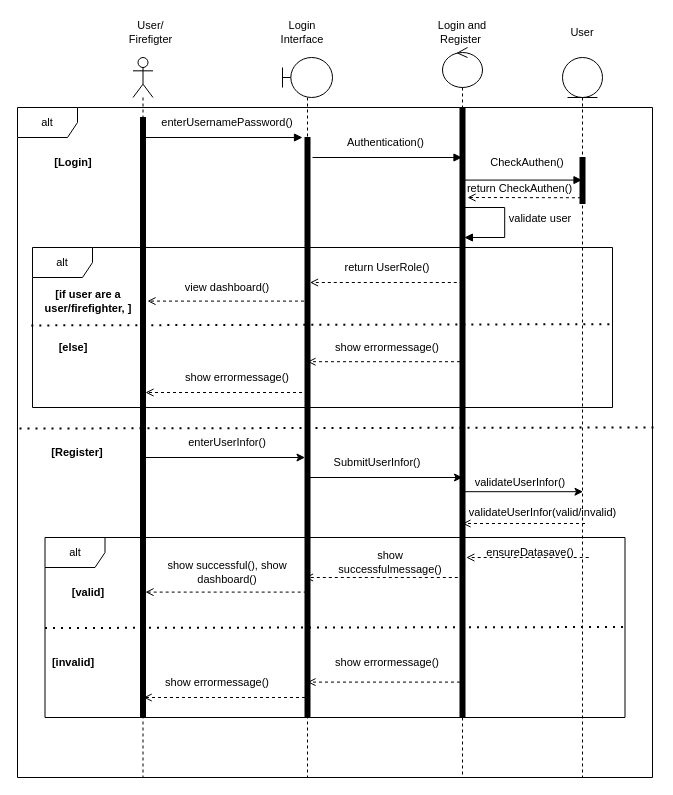
Before: page "login SD" (4 of 11) of doc/PSM.drawio in SNFASA/AI-Fire-Monitoring-System, a draw.io diagram. Source tidied: cells renumbered, new cells numbered last; positions are measured from the earlier drawing's top-left corner, leaving out a move shared by most shapes. Both pictures are drawn from the tidied source at 100%, with x=0, y=0 at pixel (17, 17).
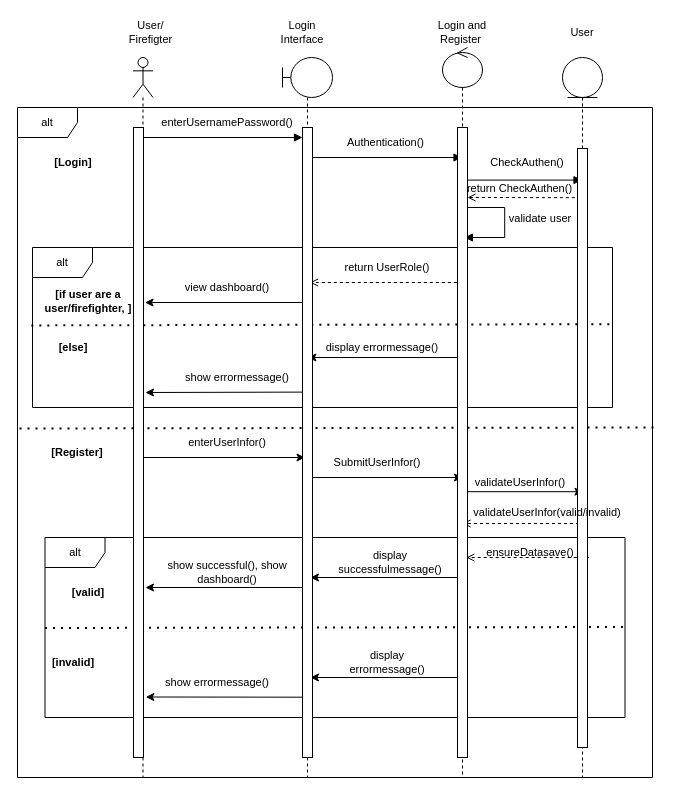
The same diagram, later.

Unchanged cells that the change refers to:
```xml
<mxCell id="5" style="shape=umlLifeline;perimeter=lifelinePerimeter;whiteSpace=wrap;html=1;outlineConnect=0;portConstraint=eastwest;newEdgeStyle={&quot;curved&quot;:0,&quot;rounded&quot;:0};participant=umlEntity;fontFamily=Helvetica;fontSize=11;fontColor=default;labelBackgroundColor=default;" parent="1" vertex="1">
  <mxGeometry x="545" y="40" width="40" height="720" as="geometry" />
</mxCell>
```

Change to the diagram source:
```diff
@@
-    <mxCell id="10" style="html=1;perimeter=orthogonalPerimeter;fillColor=strokeColor;fontFamily=Helvetica;fontSize=11;fontColor=default;labelBackgroundColor=default;" parent="1" vertex="1">
-      <mxGeometry x="123" y="100" width="5" height="600" as="geometry" />
-    </mxCell>
-    <mxCell id="11" style="html=1;perimeter=orthogonalPerimeter;fillColor=strokeColor;fontFamily=Helvetica;fontSize=11;fontColor=default;labelBackgroundColor=default;" parent="1" vertex="1">
-      <mxGeometry x="287.5" y="120" width="5" height="580" as="geometry" />
-    </mxCell>
-    <mxCell id="12" style="html=1;points=[];perimeter=orthogonalPerimeter;fillColor=strokeColor;fontFamily=Helvetica;fontSize=11;fontColor=default;labelBackgroundColor=default;" parent="1" vertex="1">
-      <mxGeometry x="442.5" y="90" width="5" height="610" as="geometry" />
-    </mxCell>
-    <mxCell id="13" style="html=1;points=[];perimeter=orthogonalPerimeter;fillColor=strokeColor;fontFamily=Helvetica;fontSize=11;fontColor=default;labelBackgroundColor=default;" parent="1" vertex="1">
-      <mxGeometry x="562.5" y="140" width="5" height="46" as="geometry" />
-    </mxCell>
@@
-    <mxCell id="16" style="html=1;verticalAlign=bottom;labelBackgroundColor=none;endArrow=block;endFill=1;rounded=0;strokeColor=default;align=center;fontFamily=Helvetica;fontSize=11;fontColor=default;exitX=0.8;exitY=0.119;exitDx=0;exitDy=0;exitPerimeter=0;" parent="1" edge="1" source="12" target="5">
-      <mxGeometry relative="1" as="geometry" />
+    <mxCell id="16" style="html=1;verticalAlign=bottom;labelBackgroundColor=none;endArrow=block;endFill=1;rounded=0;strokeColor=default;align=center;fontFamily=Helvetica;fontSize=11;fontColor=default;exitX=0.8;exitY=0.119;exitDx=0;exitDy=0;exitPerimeter=0;" parent="1" edge="1" target="5">
+      <mxGeometry relative="1" as="geometry">
+        <mxPoint x="446.5" y="162.6" as="sourcePoint" />
+      </mxGeometry>
     </mxCell>
-    <mxCell id="17" style="html=1;verticalAlign=bottom;labelBackgroundColor=none;endArrow=open;endFill=0;dashed=1;rounded=0;strokeColor=default;align=center;fontFamily=Helvetica;fontSize=11;fontColor=default;exitX=0.188;exitY=0.875;exitDx=0;exitDy=0;exitPerimeter=0;" parent="1" edge="1" source="13">
+    <mxCell id="17" style="html=1;verticalAlign=bottom;labelBackgroundColor=none;endArrow=open;endFill=0;dashed=1;rounded=0;strokeColor=default;align=center;fontFamily=Helvetica;fontSize=11;fontColor=default;exitX=0.188;exitY=0.875;exitDx=0;exitDy=0;exitPerimeter=0;" parent="1" edge="1">
       <mxGeometry relative="1" as="geometry">
+        <mxPoint x="563.4" y="180.2" as="sourcePoint" />
         <mxPoint x="450" y="180" as="targetPoint" />
       </mxGeometry>
     </mxCell>
@@
-    <mxCell id="21" style="html=1;verticalAlign=bottom;labelBackgroundColor=none;endArrow=open;endFill=0;dashed=1;rounded=0;strokeColor=default;align=center;fontFamily=Helvetica;fontSize=11;fontColor=default;exitX=0.188;exitY=0.875;exitDx=0;exitDy=0;exitPerimeter=0;" parent="1" edge="1">
-      <mxGeometry relative="1" as="geometry">
-        <mxPoint x="292.5" y="283.6" as="sourcePoint" />
-        <mxPoint x="130" y="283.6" as="targetPoint" />
-      </mxGeometry>
-    </mxCell>
-    <mxCell id="22" style="html=1;verticalAlign=bottom;labelBackgroundColor=none;endArrow=open;endFill=0;dashed=1;rounded=0;strokeColor=default;align=center;fontFamily=Helvetica;fontSize=11;fontColor=default;exitX=0.188;exitY=0.875;exitDx=0;exitDy=0;exitPerimeter=0;" parent="1" edge="1">
-      <mxGeometry relative="1" as="geometry">
-        <mxPoint x="442.5" y="344.2" as="sourcePoint" />
-        <mxPoint x="290" y="344.2" as="targetPoint" />
-      </mxGeometry>
-    </mxCell>
-    <mxCell id="23" style="html=1;verticalAlign=bottom;labelBackgroundColor=none;endArrow=open;endFill=0;dashed=1;rounded=0;strokeColor=default;align=center;fontFamily=Helvetica;fontSize=11;fontColor=default;exitX=0.188;exitY=0.875;exitDx=0;exitDy=0;exitPerimeter=0;" parent="1" edge="1">
-      <mxGeometry relative="1" as="geometry">
-        <mxPoint x="290.5" y="375" as="sourcePoint" />
-        <mxPoint x="128" y="375" as="targetPoint" />
-      </mxGeometry>
-    </mxCell>
@@
-    <mxCell id="35" value="show errormessage()" style="text;html=1;whiteSpace=wrap;strokeColor=none;fillColor=none;align=center;verticalAlign=middle;rounded=0;fontFamily=Helvetica;fontSize=11;fontColor=default;labelBackgroundColor=none;" parent="1" vertex="1">
-      <mxGeometry x="315" y="315" width="110" height="30" as="geometry" />
+    <mxCell id="35" value="display errormessage()" style="text;html=1;whiteSpace=wrap;strokeColor=none;fillColor=none;align=center;verticalAlign=middle;rounded=0;fontFamily=Helvetica;fontSize=11;fontColor=default;labelBackgroundColor=none;" parent="1" vertex="1">
+      <mxGeometry x="305" y="315" width="120" height="30" as="geometry" />
     </mxCell>
@@
-    <mxCell id="46" style="html=1;verticalAlign=bottom;labelBackgroundColor=none;endArrow=open;endFill=0;dashed=1;rounded=0;" parent="1" edge="1">
-      <mxGeometry relative="1" as="geometry">
-        <mxPoint x="440.3" y="560" as="sourcePoint" />
-        <mxPoint x="287.5" y="560" as="targetPoint" />
-      </mxGeometry>
-    </mxCell>
-    <mxCell id="47" style="html=1;verticalAlign=bottom;labelBackgroundColor=none;endArrow=open;endFill=0;dashed=1;rounded=0;" parent="1" edge="1">
-      <mxGeometry relative="1" as="geometry">
-        <mxPoint x="289.2" y="574.6" as="sourcePoint" />
-        <mxPoint x="128" y="574.6" as="targetPoint" />
-      </mxGeometry>
-    </mxCell>
@@
-    <mxCell id="50" style="html=1;verticalAlign=bottom;labelBackgroundColor=none;endArrow=open;endFill=0;dashed=1;rounded=0;" parent="1" edge="1">
-      <mxGeometry relative="1" as="geometry">
-        <mxPoint x="442.5" y="664.6" as="sourcePoint" />
-        <mxPoint x="290" y="664.6" as="targetPoint" />
-      </mxGeometry>
-    </mxCell>
-    <mxCell id="51" style="html=1;verticalAlign=bottom;labelBackgroundColor=none;endArrow=open;endFill=0;dashed=1;rounded=0;" parent="1" edge="1">
-      <mxGeometry relative="1" as="geometry">
-        <mxPoint x="287.5" y="680" as="sourcePoint" />
-        <mxPoint x="126.2" y="680" as="targetPoint" />
-      </mxGeometry>
-    </mxCell>
@@
-    <mxCell id="53" value="show errormessage()" style="text;html=1;whiteSpace=wrap;strokeColor=none;fillColor=none;align=center;verticalAlign=middle;rounded=0;fontFamily=Helvetica;fontSize=11;fontColor=default;labelBackgroundColor=none;" parent="1" vertex="1">
+    <mxCell id="53" value="display errormessage()" style="text;html=1;whiteSpace=wrap;strokeColor=none;fillColor=none;align=center;verticalAlign=middle;rounded=0;fontFamily=Helvetica;fontSize=11;fontColor=default;labelBackgroundColor=none;" parent="1" vertex="1">
       <mxGeometry x="315" y="630" width="110" height="30" as="geometry" />
     </mxCell>
@@
-    <mxCell id="57" value="validateUserInfor(valid/invalid)" style="text;html=1;whiteSpace=wrap;strokeColor=none;fillColor=none;align=center;verticalAlign=middle;rounded=0;fontFamily=Helvetica;fontSize=11;fontColor=default;labelBackgroundColor=none;" parent="1" vertex="1">
-      <mxGeometry x="482.5" y="480" width="85" height="30" as="geometry" />
-    </mxCell>
@@
-    <mxCell id="60" value="show successfulmessage()" style="text;html=1;whiteSpace=wrap;strokeColor=none;fillColor=none;align=center;verticalAlign=middle;rounded=0;fontFamily=Helvetica;fontSize=11;fontColor=default;labelBackgroundColor=none;" parent="1" vertex="1">
+    <mxCell id="60" value="display successfulmessage()" style="text;html=1;whiteSpace=wrap;strokeColor=none;fillColor=none;align=center;verticalAlign=middle;rounded=0;fontFamily=Helvetica;fontSize=11;fontColor=default;labelBackgroundColor=none;" parent="1" vertex="1">
       <mxGeometry x="307.5" y="530" width="130" height="30" as="geometry" />
     </mxCell>
@@
+    <mxCell id="62" style="endArrow=classic;html=1;rounded=0;entryX=0.568;entryY=0.813;entryDx=0;entryDy=0;entryPerimeter=0;" parent="1" edge="1" source="72">
+      <mxGeometry relative="1" as="geometry">
+        <mxPoint x="128" y="570" as="targetPoint" />
+      </mxGeometry>
+    </mxCell>
+    <mxCell id="63" style="endArrow=classic;html=1;rounded=0;entryX=0.568;entryY=0.813;entryDx=0;entryDy=0;entryPerimeter=0;" parent="1" edge="1">
+      <mxGeometry relative="1" as="geometry">
+        <mxPoint x="287.5" y="679.7" as="sourcePoint" />
+        <mxPoint x="128.3" y="679.5" as="targetPoint" />
+      </mxGeometry>
+    </mxCell>
+    <mxCell id="64" style="endArrow=classic;html=1;rounded=0;entryX=0.568;entryY=0.813;entryDx=0;entryDy=0;entryPerimeter=0;" parent="1" edge="1">
+      <mxGeometry relative="1" as="geometry">
+        <mxPoint x="445" y="660" as="sourcePoint" />
+        <mxPoint x="292.9" y="660" as="targetPoint" />
+      </mxGeometry>
+    </mxCell>
+    <mxCell id="65" style="endArrow=classic;html=1;rounded=0;entryX=0.568;entryY=0.813;entryDx=0;entryDy=0;entryPerimeter=0;" parent="1" edge="1">
+      <mxGeometry relative="1" as="geometry">
+        <mxPoint x="445" y="560" as="sourcePoint" />
+        <mxPoint x="292.9" y="560" as="targetPoint" />
+      </mxGeometry>
+    </mxCell>
+    <mxCell id="66" style="endArrow=classic;html=1;rounded=0;entryX=0.568;entryY=0.813;entryDx=0;entryDy=0;entryPerimeter=0;" parent="1" edge="1">
+      <mxGeometry relative="1" as="geometry">
+        <mxPoint x="442.5" y="340" as="sourcePoint" />
+        <mxPoint x="290.4" y="340" as="targetPoint" />
+      </mxGeometry>
+    </mxCell>
+    <mxCell id="67" style="endArrow=classic;html=1;rounded=0;entryX=0.568;entryY=0.813;entryDx=0;entryDy=0;entryPerimeter=0;exitX=0.195;exitY=0.439;exitDx=0;exitDy=0;exitPerimeter=0;" parent="1" edge="1">
+      <mxGeometry relative="1" as="geometry">
+        <mxPoint x="288.5" y="374.6" as="sourcePoint" />
+        <mxPoint x="128" y="375" as="targetPoint" />
+      </mxGeometry>
+    </mxCell>
+    <mxCell id="68" style="html=1;perimeter=orthogonalPerimeter;targetShapes=umlLifeline;newEdgeStyle={&quot;curved&quot;:0,&quot;rounded&quot;:0};" parent="1" vertex="1">
+      <mxGeometry x="560" y="131" width="10" height="599" as="geometry" />
+    </mxCell>
+    <mxCell id="69" style="endArrow=classic;html=1;rounded=0;entryX=0.568;entryY=0.813;entryDx=0;entryDy=0;entryPerimeter=0;exitX=0.195;exitY=0.439;exitDx=0;exitDy=0;exitPerimeter=0;" parent="1" edge="1">
+      <mxGeometry relative="1" as="geometry">
+        <mxPoint x="287.5" y="285" as="sourcePoint" />
+        <mxPoint x="127.5" y="285" as="targetPoint" />
+      </mxGeometry>
+    </mxCell>
+    <mxCell id="70" style="html=1;perimeter=orthogonalPerimeter;targetShapes=umlLifeline;newEdgeStyle={&quot;curved&quot;:0,&quot;rounded&quot;:0};" parent="1" vertex="1">
+      <mxGeometry x="116" y="110" width="10" height="630" as="geometry" />
+    </mxCell>
+    <mxCell id="71" style="endArrow=classic;html=1;rounded=0;entryX=0.568;entryY=0.813;entryDx=0;entryDy=0;entryPerimeter=0;" parent="1" edge="1" target="72">
+      <mxGeometry relative="1" as="geometry">
+        <mxPoint x="287.2" y="570.2" as="sourcePoint" />
+      </mxGeometry>
+    </mxCell>
+    <mxCell id="72" style="html=1;points=[[0,0,0,0,5],[0,1,0,0,-5],[1,0,0,0,5],[1,1,0,0,-5]];perimeter=orthogonalPerimeter;outlineConnect=0;targetShapes=umlLifeline;portConstraint=eastwest;newEdgeStyle={&quot;curved&quot;:0,&quot;rounded&quot;:0};" parent="1" vertex="1">
+      <mxGeometry x="285" y="110" width="10" height="630" as="geometry" />
+    </mxCell>
+    <mxCell id="73" style="html=1;perimeter=orthogonalPerimeter;targetShapes=umlLifeline;newEdgeStyle={&quot;curved&quot;:0,&quot;rounded&quot;:0};" parent="1" vertex="1">
+      <mxGeometry x="440" y="110" width="10" height="630" as="geometry" />
+    </mxCell>
+    <mxCell id="57" value="validateUserInfor(valid/invalid)" style="text;html=1;whiteSpace=wrap;strokeColor=none;fillColor=none;align=center;verticalAlign=middle;rounded=0;fontFamily=Helvetica;fontSize=11;fontColor=default;labelBackgroundColor=none;" parent="1" vertex="1">
+      <mxGeometry x="465" y="480" width="130" height="30" as="geometry" />
+    </mxCell>
```
